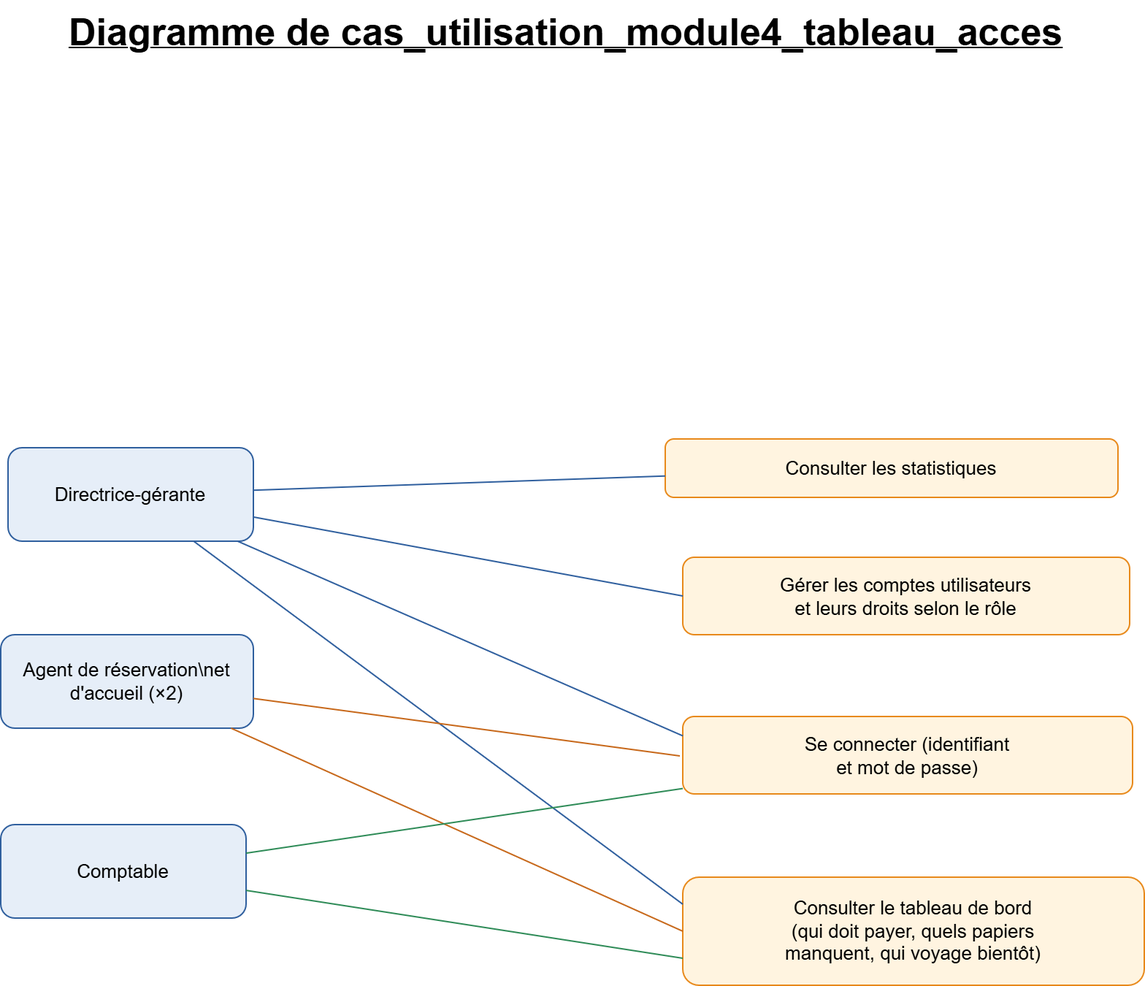
Above: modelisation/Diagramme de cas_utilisation_module4_tableau_acces.png in Desire6893/agence-de-voyage (draw.io), before the change. Source tidied: cells renumbered, new cells last; positions are measured from the earlier drawing's top-left corner, leaving out a move shared by most shapes. The source it was exported from:
```xml
<mxGraphModel>
  <root>
    <mxCell id="0" />
    <mxCell id="1" parent="0" />
    <mxCell id="2" value="&lt;b&gt;&lt;u&gt;&lt;font style=&quot;font-size: 26px;&quot;&gt;Diagramme de cas_utilisation_module4_tableau_acces&lt;/font&gt;&lt;/u&gt;&lt;/b&gt;" style="text;html=1;align=left;verticalAlign=top;whiteSpace=wrap;fontSize=13;" parent="1" vertex="1">
      <mxGeometry x="45" width="720" height="70" as="geometry" />
    </mxCell>
    <mxCell id="3" value="Se connecter (identifiant&#10;et mot de passe)" style="rounded=1;whiteSpace=wrap;html=1;fillColor=#FFF4E0;strokeColor=#E8891A;fontSize=13;" parent="1" vertex="1">
      <mxGeometry x="467" y="490" width="308" height="53" as="geometry" />
    </mxCell>
    <mxCell id="4" value="Consulter le tableau de bord&#10;(qui doit payer, quels papiers&#10;manquent, qui voyage bientôt)" style="rounded=1;whiteSpace=wrap;html=1;fillColor=#FFF4E0;strokeColor=#E8891A;fontSize=13;" parent="1" vertex="1">
      <mxGeometry x="467" y="600" width="316" height="74" as="geometry" />
    </mxCell>
    <mxCell id="5" value="Consulter les statistiques" style="rounded=1;whiteSpace=wrap;html=1;fillColor=#FFF4E0;strokeColor=#E8891A;fontSize=13;" parent="1" vertex="1">
      <mxGeometry x="455" y="300" width="310" height="40" as="geometry" />
    </mxCell>
    <mxCell id="6" value="Gérer les comptes utilisateurs&#10;et leurs droits selon le rôle" style="rounded=1;whiteSpace=wrap;html=1;fillColor=#FFF4E0;strokeColor=#E8891A;fontSize=13;" parent="1" vertex="1">
      <mxGeometry x="467" y="381" width="306" height="53" as="geometry" />
    </mxCell>
    <mxCell id="7" value="Directrice-gérante" style="rounded=1;whiteSpace=wrap;html=1;fillColor=#E6EEF8;strokeColor=#2F5F9E;fontSize=13;" parent="1" vertex="1">
      <mxGeometry x="5" y="306" width="168" height="64" as="geometry" />
    </mxCell>
    <mxCell id="8" value="Agent de réservation\net d'accueil (×2)" style="rounded=1;whiteSpace=wrap;html=1;fillColor=#E6EEF8;strokeColor=#2F5F9E;fontSize=13;" parent="1" vertex="1">
      <mxGeometry y="434" width="173" height="64" as="geometry" />
    </mxCell>
    <mxCell id="9" value="Comptable" style="rounded=1;whiteSpace=wrap;html=1;fillColor=#E6EEF8;strokeColor=#2F5F9E;fontSize=13;" parent="1" vertex="1">
      <mxGeometry y="564" width="168" height="64" as="geometry" />
    </mxCell>
    <mxCell id="10" style="endArrow=none;strokeColor=#2F5F9E;html=1;entryX=0;entryY=0.25;entryDx=0;entryDy=0;" parent="1" edge="1" source="7" target="3">
      <mxGeometry relative="1" as="geometry" />
    </mxCell>
    <mxCell id="11" style="endArrow=none;strokeColor=#2F5F9E;html=1;entryX=0;entryY=0.25;entryDx=0;entryDy=0;" parent="1" edge="1" source="7" target="4">
      <mxGeometry relative="1" as="geometry" />
    </mxCell>
    <mxCell id="12" style="endArrow=none;strokeColor=#2F5F9E;html=1;" parent="1" edge="1" source="7" target="5">
      <mxGeometry relative="1" as="geometry" />
    </mxCell>
    <mxCell id="13" style="endArrow=none;strokeColor=#2F5F9E;html=1;entryX=0;entryY=0.5;entryDx=0;entryDy=0;" parent="1" edge="1" source="7" target="6">
      <mxGeometry relative="1" as="geometry" />
    </mxCell>
    <mxCell id="14" style="endArrow=none;strokeColor=#C7681A;html=1;" parent="1" edge="1" source="8">
      <mxGeometry relative="1" as="geometry">
        <mxPoint x="465" y="517" as="targetPoint" />
      </mxGeometry>
    </mxCell>
    <mxCell id="15" style="endArrow=none;strokeColor=#C7681A;html=1;entryX=0;entryY=0.5;entryDx=0;entryDy=0;" parent="1" edge="1" source="8" target="4">
      <mxGeometry relative="1" as="geometry" />
    </mxCell>
    <mxCell id="16" style="endArrow=none;strokeColor=#2E8B57;html=1;" parent="1" edge="1" source="9" target="3">
      <mxGeometry relative="1" as="geometry" />
    </mxCell>
    <mxCell id="17" style="endArrow=none;strokeColor=#2E8B57;html=1;entryX=0;entryY=0.75;entryDx=0;entryDy=0;" parent="1" edge="1" source="9" target="4">
      <mxGeometry relative="1" as="geometry" />
    </mxCell>
  </root>
</mxGraphModel>
```
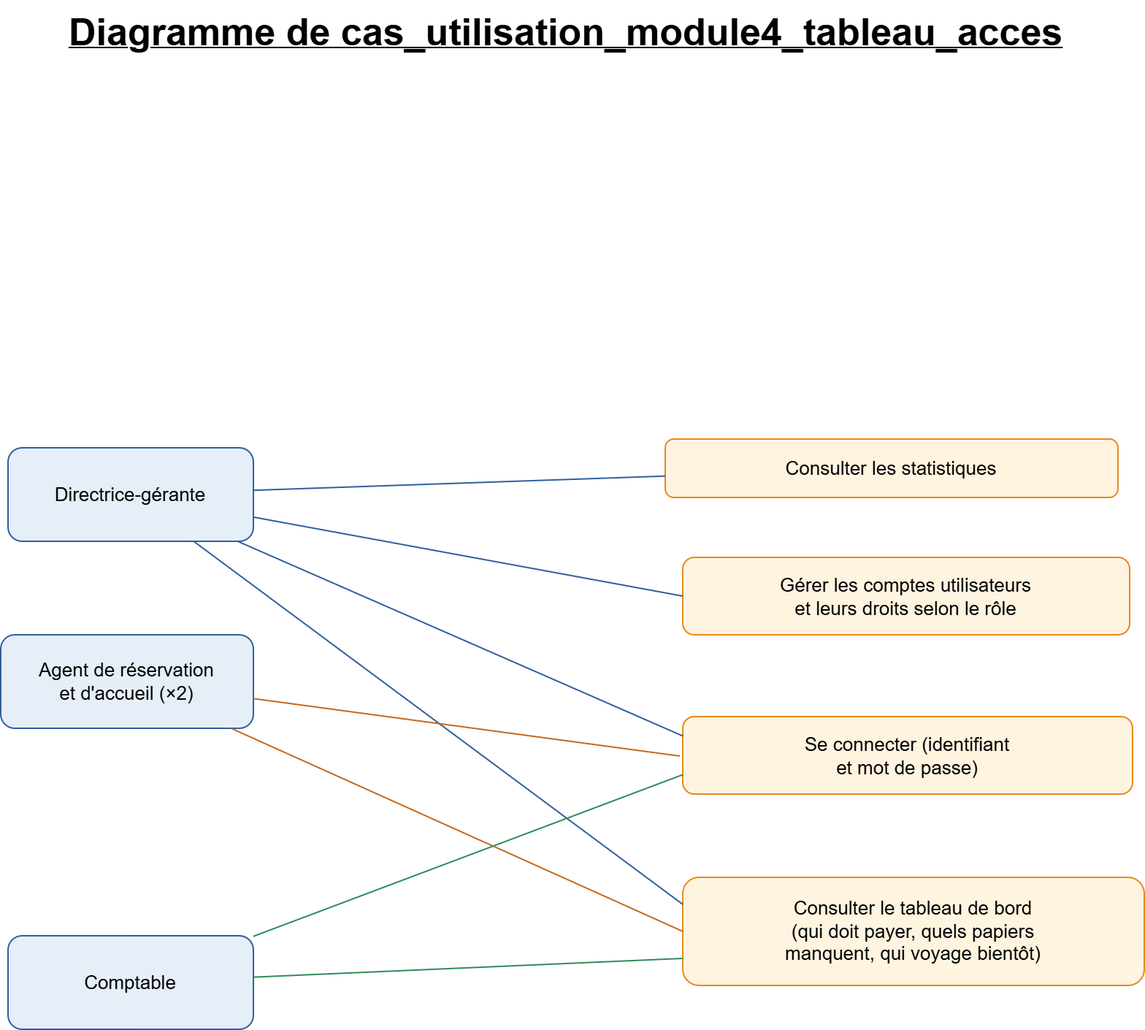
The same diagram one commit later.

What changed in the source:
```diff
@@ -20,11 +20,11 @@
     <mxCell id="7" value="Directrice-gérante" style="rounded=1;whiteSpace=wrap;html=1;fillColor=#E6EEF8;strokeColor=#2F5F9E;fontSize=13;" parent="1" vertex="1">
       <mxGeometry x="5" y="306" width="168" height="64" as="geometry" />
     </mxCell>
-    <mxCell id="8" value="Agent de réservation\net d'accueil (×2)" style="rounded=1;whiteSpace=wrap;html=1;fillColor=#E6EEF8;strokeColor=#2F5F9E;fontSize=13;" parent="1" vertex="1">
+    <mxCell id="8" value="Agent de réservation&lt;br&gt;et d'accueil (×2)" style="rounded=1;whiteSpace=wrap;html=1;fillColor=#E6EEF8;strokeColor=#2F5F9E;fontSize=13;" parent="1" vertex="1">
       <mxGeometry y="434" width="173" height="64" as="geometry" />
     </mxCell>
     <mxCell id="9" value="Comptable" style="rounded=1;whiteSpace=wrap;html=1;fillColor=#E6EEF8;strokeColor=#2F5F9E;fontSize=13;" parent="1" vertex="1">
-      <mxGeometry y="564" width="168" height="64" as="geometry" />
+      <mxGeometry x="5" y="640" width="168" height="64" as="geometry" />
     </mxCell>
     <mxCell id="10" style="endArrow=none;strokeColor=#2F5F9E;html=1;entryX=0;entryY=0.25;entryDx=0;entryDy=0;" parent="1" edge="1" source="7" target="3">
       <mxGeometry relative="1" as="geometry" />
@@ -46,7 +46,7 @@
     <mxCell id="15" style="endArrow=none;strokeColor=#C7681A;html=1;entryX=0;entryY=0.5;entryDx=0;entryDy=0;" parent="1" edge="1" source="8" target="4">
       <mxGeometry relative="1" as="geometry" />
     </mxCell>
-    <mxCell id="16" style="endArrow=none;strokeColor=#2E8B57;html=1;" parent="1" edge="1" source="9" target="3">
+    <mxCell id="16" style="endArrow=none;strokeColor=#2E8B57;html=1;entryX=0;entryY=0.75;entryDx=0;entryDy=0;" parent="1" edge="1" source="9" target="3">
       <mxGeometry relative="1" as="geometry" />
     </mxCell>
     <mxCell id="17" style="endArrow=none;strokeColor=#2E8B57;html=1;entryX=0;entryY=0.75;entryDx=0;entryDy=0;" parent="1" edge="1" source="9" target="4">
```
